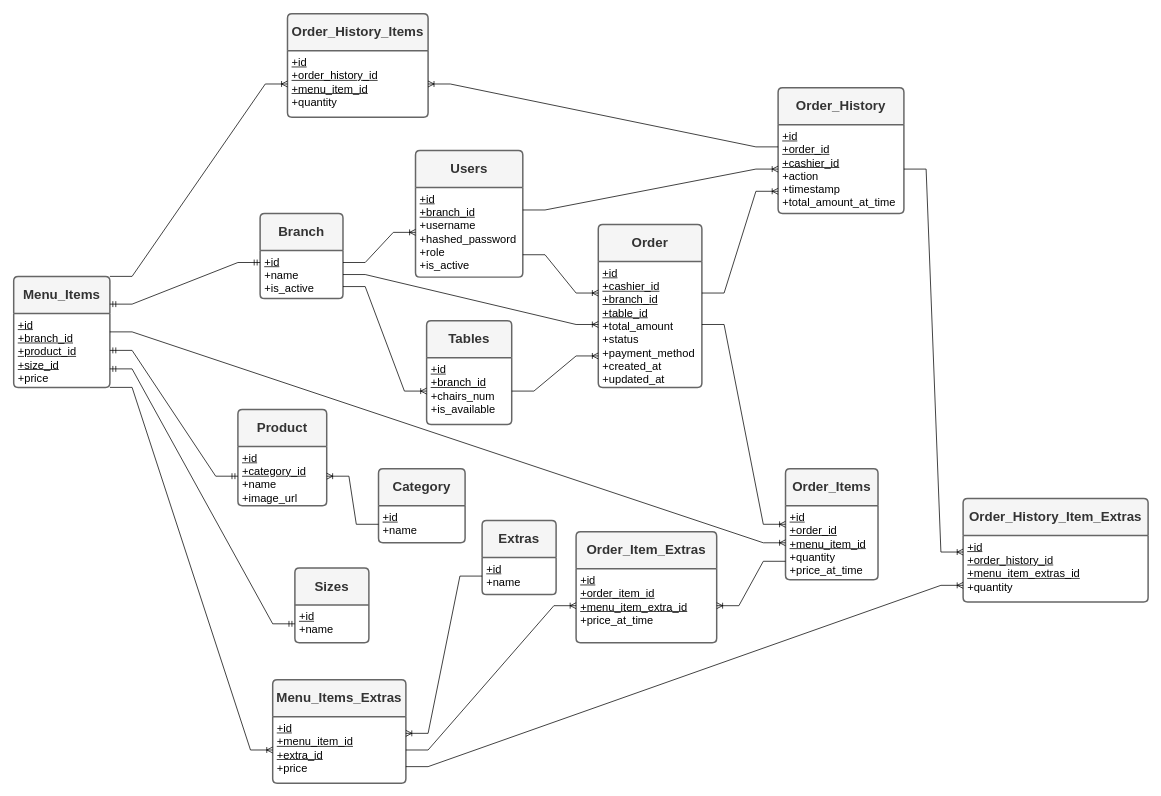
Above: server/docs/Untitled Diagram.drawio in RamyJamea/gwsh (draw.io), before the change. Source tidied: cells renumbered, new cells numbered last; positions are measured from the earlier drawing's top-left corner, leaving out a move shared by most shapes. Both pictures are drawn from the tidied source at 74%, with x=0, y=0 at pixel (13, 13).
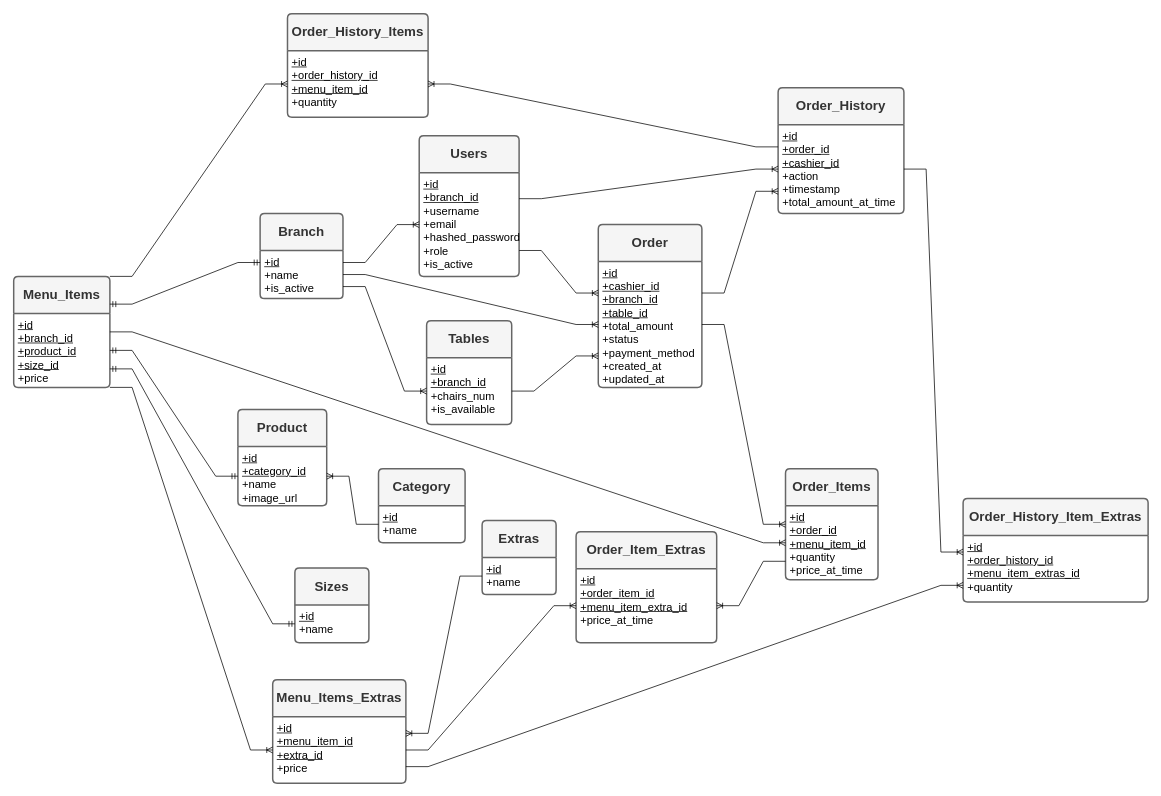
After the change.

Commit message (it also covers changes not shown here):
refact (db): update erd

Change to the diagram source:
```diff
@@
     <mxCell id="2" value="&lt;b&gt;&lt;font style=&quot;font-size: 18px;&quot;&gt;Users&lt;/font&gt;&lt;/b&gt;" style="swimlane;horizontal=1;startSize=50;rounded=1;fontSize=14;fontStyle=0;strokeWidth=2;shadow=0;dashed=0;align=center;arcSize=4;whiteSpace=wrap;html=1;fillColor=#f5f5f5;fontColor=#333333;strokeColor=#666666;" parent="1" vertex="1">
-      <mxGeometry x="543" y="185" width="145" height="171" as="geometry" />
+      <mxGeometry x="548" y="165" width="135" height="190" as="geometry" />
     </mxCell>
-    <mxCell id="3" value="&lt;font style=&quot;font-size: 15px;&quot;&gt;&lt;u&gt;+id&lt;/u&gt;&lt;/font&gt;&lt;div&gt;&lt;font style=&quot;font-size: 15px;&quot;&gt;&lt;u&gt;+branch_id&lt;br&gt;&lt;/u&gt;+username&lt;br&gt;+hashed_password&lt;/font&gt;&lt;div&gt;&lt;font style=&quot;font-size: 15px;&quot;&gt;+role&lt;/font&gt;&lt;/div&gt;&lt;/div&gt;&lt;div&gt;&lt;font style=&quot;font-size: 15px;&quot;&gt;+is_active&lt;/font&gt;&lt;/div&gt;" style="align=left;strokeColor=none;fillColor=none;spacingLeft=4;spacingRight=4;fontSize=12;verticalAlign=top;html=1;whiteSpace=wrap;" parent="2" vertex="1">
-      <mxGeometry y="50" width="145" height="121" as="geometry" />
+    <mxCell id="3" value="&lt;font style=&quot;font-size: 15px;&quot;&gt;&lt;u&gt;+id&lt;/u&gt;&lt;/font&gt;&lt;div&gt;&lt;font style=&quot;font-size: 15px;&quot;&gt;&lt;u&gt;+branch_id&lt;br&gt;&lt;/u&gt;+username&lt;br&gt;+email&lt;/font&gt;&lt;/div&gt;&lt;div&gt;&lt;font style=&quot;font-size: 15px;&quot;&gt;+hashed_password&lt;/font&gt;&lt;div&gt;&lt;font style=&quot;font-size: 15px;&quot;&gt;+role&lt;/font&gt;&lt;/div&gt;&lt;/div&gt;&lt;div&gt;&lt;font style=&quot;font-size: 15px;&quot;&gt;+is_active&lt;/font&gt;&lt;/div&gt;" style="align=left;strokeColor=none;fillColor=none;spacingLeft=4;spacingRight=4;fontSize=12;verticalAlign=top;html=1;whiteSpace=wrap;" parent="2" vertex="1">
+      <mxGeometry y="50" width="135" height="140" as="geometry" />
     </mxCell>
```
